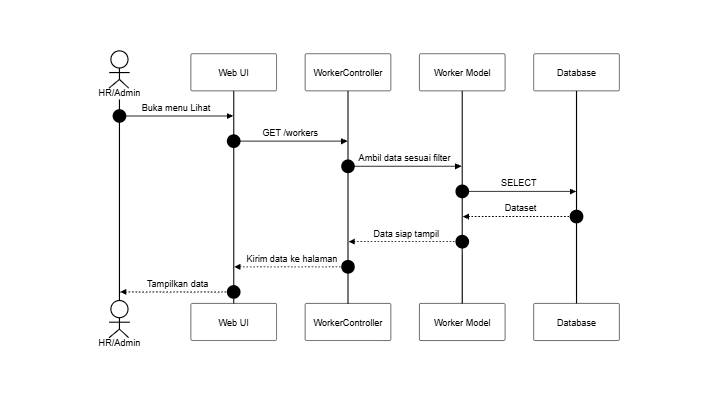
The Mermaid diagram docs/SequenceDiagram/PNG_Transparent/KelolaPegawai-Lihat.png in SulaimanHafi23/SimpegRSHDI, before a commit. Its source is kept beside it as docs/SequenceDiagram/KelolaPegawai-Lihat.mermaid.
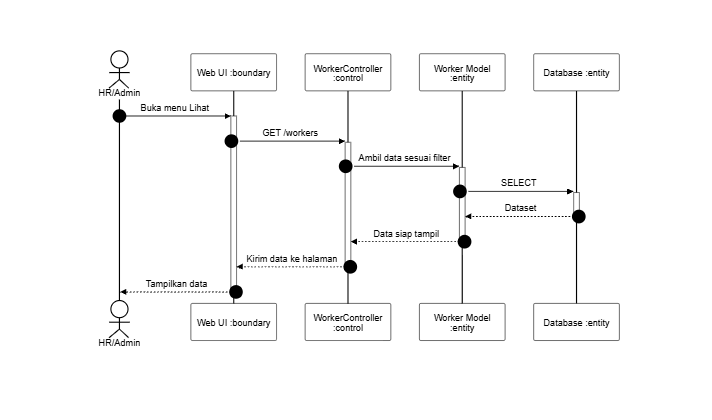
After the commit.

What changed in the source:
```diff
@@ -2,16 +2,16 @@
 sequenceDiagram
     autonumber
     actor A as HR/Admin
-    participant UI as Web UI
-    participant C as WorkerController
-    participant M as Worker Model
-    participant DB as Database
+    participant UI as Web UI :boundary
+    participant C as WorkerController :control
+    participant M as Worker Model :entity
+    participant DB as Database :entity
 
-    A->>UI: Buka menu Lihat
-    UI->>C: GET /workers
-    C->>M: Ambil data sesuai filter
-    M->>DB: SELECT
-    DB-->>M: Dataset
-    M-->>C: Data siap tampil
-    C-->>UI: Kirim data ke halaman
-    UI-->>A: Tampilkan data
+    A->>+UI: Buka menu Lihat
+    UI->>+C: GET /workers
+    C->>+M: Ambil data sesuai filter
+    M->>+DB: SELECT
+    DB-->>-M: Dataset
+    M-->>-C: Data siap tampil
+    C-->>-UI: Kirim data ke halaman
+    UI-->>-A: Tampilkan data
```
